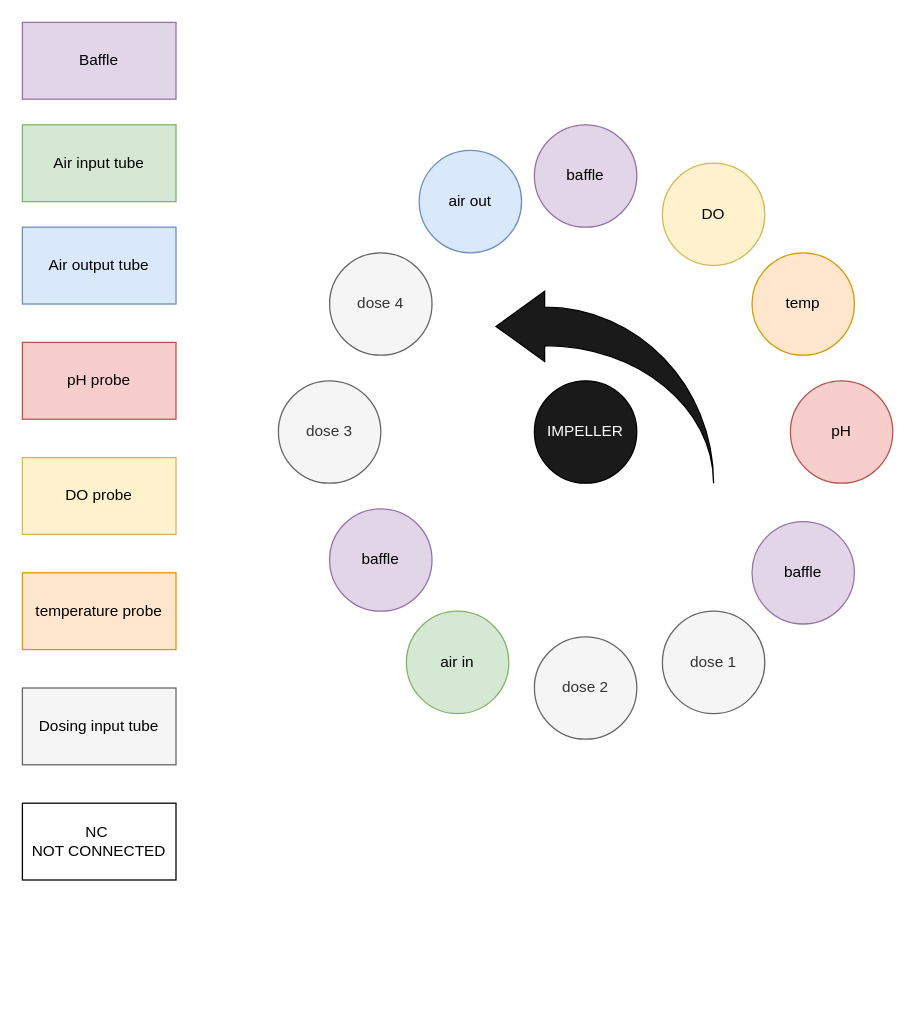
Above: docs/ports_layout.drawio in uwo-fast/open-source-bioreactor (draw.io), before the change. Source tidied: cells renumbered, new cells numbered last; positions are measured from the earlier drawing's top-left corner, leaving out a move shared by most shapes. Both pictures are drawn from the tidied source at 128%, with x=0, y=0 at pixel (22, 22).
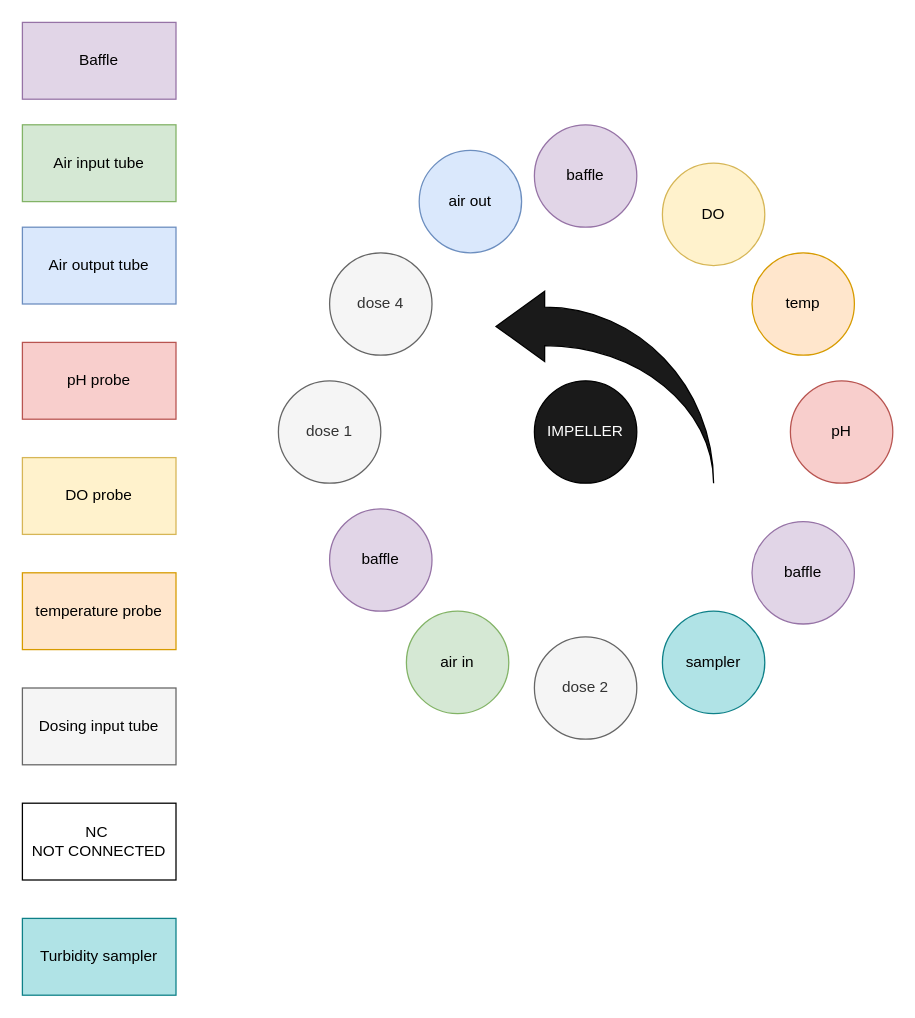
Above is the later version.

Commit message:
docs(ports-layout): label the drawing's 180 and 300 deg ports as the lid has them

The drawing still showed dose 1 at 180 deg and a dose 3 at 300, which
no lid has carried since the dosing ports were numbered 1, 2 and 4 and
the sampler moved to 180. Its port at 180 is now the sampler, with a
legend entry of its own, and 300 is dose 1. Every circle's label at its
angle now matches head_port_set_full; main's copy mismatched at
exactly those two.

What changed in the source:
```diff
@@
-    <mxCell id="5" value="dose 3" style="ellipse;whiteSpace=wrap;html=1;fillColor=#f5f5f5;fontColor=#333333;strokeColor=#666666;" parent="1" vertex="1">
+    <mxCell id="5" value="dose 1" style="ellipse;whiteSpace=wrap;html=1;fillColor=#f5f5f5;fontColor=#333333;strokeColor=#666666;" parent="1" vertex="1">
       <mxGeometry x="200" y="280" width="80" height="80" as="geometry" />
     </mxCell>
@@
-    <mxCell id="8" value="dose 1" style="ellipse;whiteSpace=wrap;html=1;fillColor=#f5f5f5;fontColor=#333333;strokeColor=#666666;" parent="1" vertex="1">
+    <mxCell id="8" value="sampler" style="ellipse;whiteSpace=wrap;html=1;fillColor=#b0e3e6;strokeColor=#0e8088;" parent="1" vertex="1">
       <mxGeometry x="500" y="460" width="80" height="80" as="geometry" />
     </mxCell>
@@
+    <mxCell id="24" value="Turbidity sampler" style="rounded=0;whiteSpace=wrap;html=1;fillColor=#b0e3e6;strokeColor=#0e8088;" parent="1" vertex="1">
+      <mxGeometry y="700" width="120" height="60" as="geometry" />
+    </mxCell>
```
